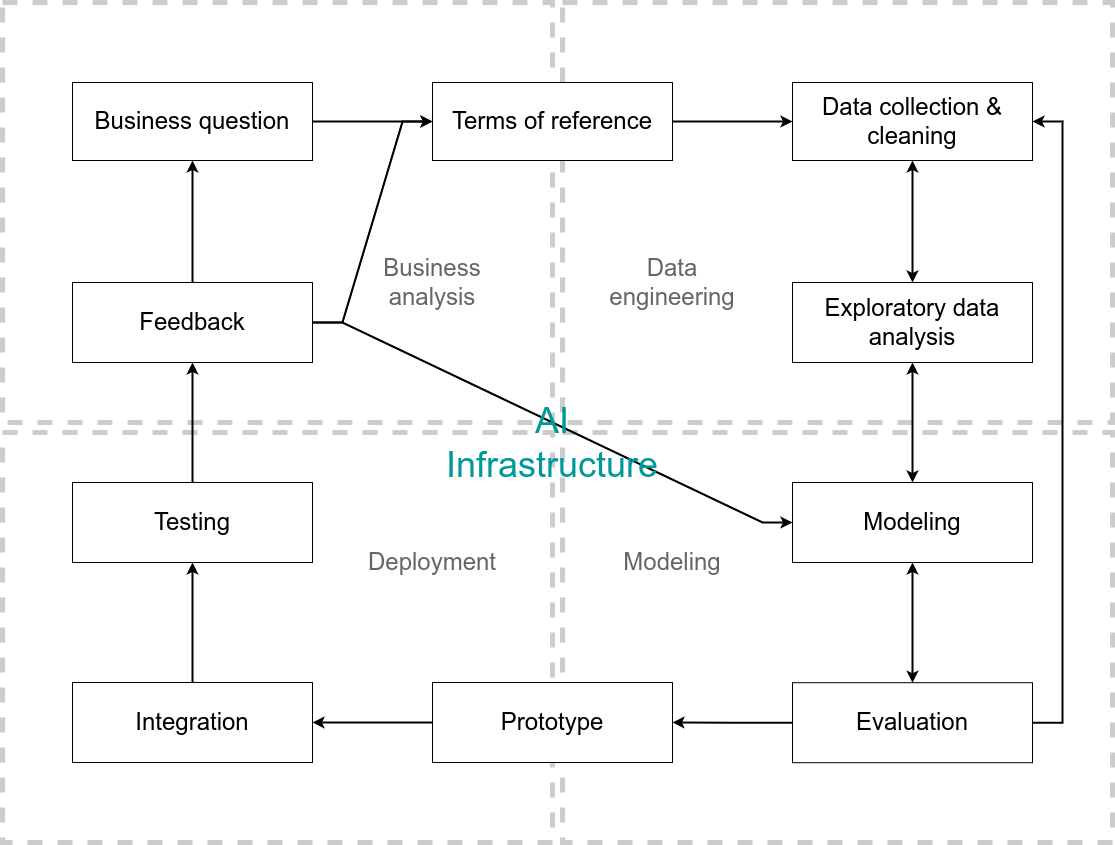
Before: diagrams/ai_project_development_life_cycle.drawio.png, a diagram exported from draw.io (ryndovaira-org/data_science_lectures). Source tidied: cells renumbered, new cells last; positions are measured from the earlier drawing's top-left corner, leaving out a move shared by most shapes.
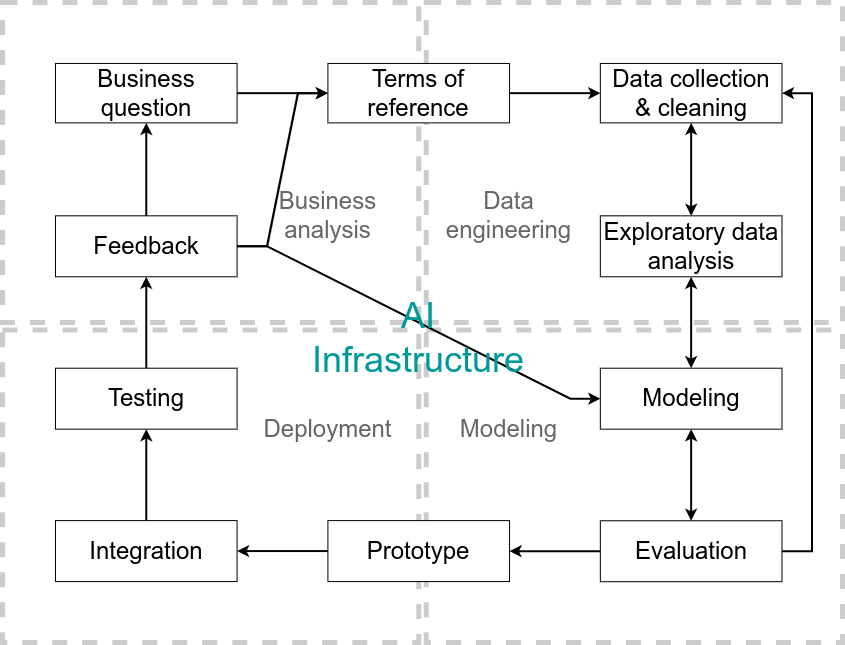
After the change.

Diff of the diagram source:
```diff
@@ -2,101 +2,104 @@
   <root>
     <mxCell id="0" />
     <mxCell id="1" parent="0" />
+    <mxCell id="34" style="group;" parent="1" vertex="1">
+      <mxGeometry x="-1090" width="840" height="640" as="geometry" />
+    </mxCell>
-    <mxCell id="2" style="rounded=0;whiteSpace=wrap;html=1;strokeColor=#CCCCCC;fontFamily=Helvetica;fontSize=12;fontColor=default;fillColor=none;dashed=1;strokeWidth=5;" parent="1" vertex="1">
-      <mxGeometry width="550" height="420" as="geometry" />
+    <mxCell id="2" style="rounded=0;whiteSpace=wrap;html=1;strokeColor=#CCCCCC;fontFamily=Helvetica;fontSize=12;fontColor=default;fillColor=none;dashed=1;strokeWidth=5;" parent="34" vertex="1">
+      <mxGeometry width="416.2" height="320" as="geometry" />
     </mxCell>
-    <mxCell id="3" style="rounded=0;whiteSpace=wrap;html=1;strokeColor=#CCCCCC;fontFamily=Helvetica;fontSize=12;fontColor=default;fillColor=none;dashed=1;strokeWidth=5;" parent="1" vertex="1">
-      <mxGeometry y="430" width="550" height="410" as="geometry" />
+    <mxCell id="3" style="rounded=0;whiteSpace=wrap;html=1;strokeColor=#CCCCCC;fontFamily=Helvetica;fontSize=12;fontColor=default;fillColor=none;dashed=1;strokeWidth=5;" parent="34" vertex="1">
+      <mxGeometry y="327.6" width="416.2" height="312.4" as="geometry" />
     </mxCell>
-    <mxCell id="4" style="rounded=0;whiteSpace=wrap;html=1;strokeColor=#CCCCCC;fontFamily=Helvetica;fontSize=12;fontColor=default;fillColor=none;dashed=1;strokeWidth=5;" parent="1" vertex="1">
-      <mxGeometry x="560" width="550" height="420" as="geometry" />
+    <mxCell id="4" style="rounded=0;whiteSpace=wrap;html=1;strokeColor=#CCCCCC;fontFamily=Helvetica;fontSize=12;fontColor=default;fillColor=none;dashed=1;strokeWidth=5;" parent="34" vertex="1">
+      <mxGeometry x="423.8" width="416.2" height="320" as="geometry" />
     </mxCell>
-    <mxCell id="5" style="rounded=0;whiteSpace=wrap;html=1;strokeColor=#CCCCCC;fontFamily=Helvetica;fontSize=12;fontColor=default;fillColor=none;dashed=1;strokeWidth=5;" parent="1" vertex="1">
-      <mxGeometry x="560" y="430" width="550" height="410" as="geometry" />
+    <mxCell id="5" style="rounded=0;whiteSpace=wrap;html=1;strokeColor=#CCCCCC;fontFamily=Helvetica;fontSize=12;fontColor=default;fillColor=none;dashed=1;strokeWidth=5;" parent="34" vertex="1">
+      <mxGeometry x="423.8" y="327.6" width="416.2" height="312.4" as="geometry" />
     </mxCell>
-    <mxCell id="6" style="endArrow=classic;startArrow=classic;rounded=0;jettySize=auto;html=1;strokeWidth=2;" parent="1" edge="1" source="19" target="21">
-      <mxGeometry relative="1" as="geometry" />
-    </mxCell>
-    <mxCell id="7" style="endArrow=classic;startArrow=classic;rounded=0;jettySize=auto;html=1;fontFamily=Helvetica;fontSize=12;fontColor=default;strokeWidth=2;" parent="1" edge="1" source="19" target="18">
-      <mxGeometry relative="1" as="geometry" />
-    </mxCell>
-    <mxCell id="8" style="edgeStyle=orthogonalEdgeStyle;rounded=0;jettySize=auto;html=1;strokeWidth=2;" parent="1" edge="1" source="20" target="27">
-      <mxGeometry relative="1" as="geometry" />
-    </mxCell>
-    <mxCell id="9" style="edgeStyle=entityRelationEdgeStyle;rounded=0;jettySize=auto;html=1;fontFamily=Helvetica;fontSize=12;fontColor=default;strokeWidth=2;" parent="1" edge="1" source="20" target="18">
-      <mxGeometry relative="1" as="geometry" />
-    </mxCell>
-    <mxCell id="10" style="edgeStyle=orthogonalEdgeStyle;rounded=0;jettySize=auto;html=1;strokeWidth=2;" parent="1" edge="1" source="24" target="13">
-      <mxGeometry relative="1" as="geometry" />
-    </mxCell>
-    <mxCell id="11" style="edgeStyle=orthogonalEdgeStyle;rounded=0;jettySize=auto;html=1;strokeWidth=2;" parent="1" edge="1" source="15" target="18">
-      <mxGeometry relative="1" as="geometry" />
-    </mxCell>
-    <mxCell id="12" value="&lt;font style=&quot;font-size: 24px;&quot;&gt;Business question&lt;/font&gt;" style="rounded=0;whiteSpace=wrap;html=1;" parent="1" vertex="1">
-      <mxGeometry x="70" y="80" width="240" height="78" as="geometry" />
+    <mxCell id="12" value="&lt;font style=&quot;font-size: 24px;&quot;&gt;Business question&lt;/font&gt;" style="rounded=0;whiteSpace=wrap;html=1;" parent="34" vertex="1">
+      <mxGeometry x="53" y="61" width="181.6" height="59.4" as="geometry" />
     </mxCell>
-    <mxCell id="13" value="&lt;font style=&quot;font-size: 24px;&quot;&gt;Feedback&lt;/font&gt;" style="rounded=0;whiteSpace=wrap;html=1;" parent="1" vertex="1">
-      <mxGeometry x="70" y="280" width="240" height="80" as="geometry" />
+    <mxCell id="13" value="&lt;font style=&quot;font-size: 24px;&quot;&gt;Feedback&lt;/font&gt;" style="rounded=0;whiteSpace=wrap;html=1;" parent="34" vertex="1">
+      <mxGeometry x="53" y="213.3" width="181.6" height="61" as="geometry" />
     </mxCell>
-    <mxCell id="14" style="edgeStyle=orthogonalEdgeStyle;rounded=0;jettySize=auto;html=1;strokeWidth=2;" parent="1" edge="1" source="13" target="12">
+    <mxCell id="14" style="edgeStyle=orthogonalEdgeStyle;rounded=0;jettySize=auto;html=1;strokeWidth=2;" parent="34" edge="1" source="13" target="12">
       <mxGeometry relative="1" as="geometry" />
     </mxCell>
-    <mxCell id="15" value="&lt;font style=&quot;font-size: 24px;&quot;&gt;Terms of reference&lt;/font&gt;" style="rounded=0;whiteSpace=wrap;html=1;" parent="1" vertex="1">
-      <mxGeometry x="430" y="80" width="240" height="78" as="geometry" />
+    <mxCell id="15" value="&lt;font style=&quot;font-size: 24px;&quot;&gt;Terms of reference&lt;/font&gt;" style="rounded=0;whiteSpace=wrap;html=1;" parent="34" vertex="1">
+      <mxGeometry x="325.4" y="61" width="181.6" height="59.4" as="geometry" />
     </mxCell>
-    <mxCell id="16" style="edgeStyle=orthogonalEdgeStyle;rounded=0;jettySize=auto;html=1;strokeWidth=2;" parent="1" edge="1" source="12" target="15">
+    <mxCell id="16" style="edgeStyle=orthogonalEdgeStyle;rounded=0;jettySize=auto;html=1;strokeWidth=2;" parent="34" edge="1" source="12" target="15">
       <mxGeometry relative="1" as="geometry" />
     </mxCell>
-    <mxCell id="17" style="rounded=0;jettySize=auto;html=1;fontFamily=Helvetica;fontSize=12;fontColor=default;edgeStyle=entityRelationEdgeStyle;strokeWidth=2;" parent="1" edge="1" source="13" target="15">
+    <mxCell id="17" style="rounded=0;jettySize=auto;html=1;fontFamily=Helvetica;fontSize=12;fontColor=default;edgeStyle=entityRelationEdgeStyle;strokeWidth=2;" parent="34" edge="1" source="13" target="15">
       <mxGeometry relative="1" as="geometry" />
     </mxCell>
-    <mxCell id="18" value="&lt;font style=&quot;font-size: 24px;&quot;&gt;Data collection &amp;amp; cleaning&lt;/font&gt;" style="rounded=0;whiteSpace=wrap;html=1;" parent="1" vertex="1">
-      <mxGeometry x="790" y="80" width="240" height="78" as="geometry" />
+    <mxCell id="18" value="&lt;font style=&quot;font-size: 24px;&quot;&gt;Data collection &amp;amp; cleaning&lt;/font&gt;" style="rounded=0;whiteSpace=wrap;html=1;" parent="34" vertex="1">
+      <mxGeometry x="597.8" y="61" width="181.6" height="59.4" as="geometry" />
     </mxCell>
+    <mxCell id="11" style="edgeStyle=orthogonalEdgeStyle;rounded=0;jettySize=auto;html=1;strokeWidth=2;" parent="34" edge="1" source="15" target="18">
+      <mxGeometry relative="1" as="geometry" />
+    </mxCell>
-    <mxCell id="19" value="&lt;font style=&quot;font-size: 24px;&quot;&gt;Exploratory data analysis&lt;/font&gt;" style="rounded=0;whiteSpace=wrap;html=1;" parent="1" vertex="1">
-      <mxGeometry x="790" y="280" width="240" height="80" as="geometry" />
+    <mxCell id="19" value="&lt;font style=&quot;font-size: 24px;&quot;&gt;Exploratory data analysis&lt;/font&gt;" style="rounded=0;whiteSpace=wrap;html=1;" parent="34" vertex="1">
+      <mxGeometry x="597.8" y="213.3" width="181.6" height="61" as="geometry" />
     </mxCell>
+    <mxCell id="7" style="endArrow=classic;startArrow=classic;rounded=0;jettySize=auto;html=1;fontFamily=Helvetica;fontSize=12;fontColor=default;strokeWidth=2;" parent="34" edge="1" source="19" target="18">
+      <mxGeometry relative="1" as="geometry" />
+    </mxCell>
-    <mxCell id="20" value="&lt;font style=&quot;font-size: 24px;&quot;&gt;Evaluation&lt;/font&gt;" style="rounded=0;whiteSpace=wrap;html=1;" parent="1" vertex="1">
-      <mxGeometry x="790" y="680.2" width="240" height="80" as="geometry" />
+    <mxCell id="20" value="&lt;font style=&quot;font-size: 24px;&quot;&gt;Evaluation&lt;/font&gt;" style="rounded=0;whiteSpace=wrap;html=1;" parent="34" vertex="1">
+      <mxGeometry x="597.8" y="518.2" width="181.6" height="61" as="geometry" />
     </mxCell>
+    <mxCell id="9" style="edgeStyle=entityRelationEdgeStyle;rounded=0;jettySize=auto;html=1;fontFamily=Helvetica;fontSize=12;fontColor=default;strokeWidth=2;" parent="34" edge="1" source="20" target="18">
+      <mxGeometry relative="1" as="geometry" />
+    </mxCell>
-    <mxCell id="21" value="&lt;font style=&quot;font-size: 24px;&quot;&gt;Modeling&lt;/font&gt;" style="rounded=0;whiteSpace=wrap;html=1;" parent="1" vertex="1">
-      <mxGeometry x="790" y="480" width="240" height="80" as="geometry" />
+    <mxCell id="21" value="&lt;font style=&quot;font-size: 24px;&quot;&gt;Modeling&lt;/font&gt;" style="rounded=0;whiteSpace=wrap;html=1;" parent="34" vertex="1">
+      <mxGeometry x="597.8" y="365.7" width="181.6" height="61" as="geometry" />
     </mxCell>
+    <mxCell id="6" style="endArrow=classic;startArrow=classic;rounded=0;jettySize=auto;html=1;strokeWidth=2;" parent="34" edge="1" source="19" target="21">
+      <mxGeometry relative="1" as="geometry" />
+    </mxCell>
-    <mxCell id="22" style="endArrow=classic;startArrow=classic;rounded=0;jettySize=auto;html=1;strokeWidth=2;" parent="1" edge="1" source="21" target="20">
+    <mxCell id="22" style="endArrow=classic;startArrow=classic;rounded=0;jettySize=auto;html=1;strokeWidth=2;" parent="34" edge="1" source="21" target="20">
       <mxGeometry relative="1" as="geometry" />
     </mxCell>
-    <mxCell id="23" value="&lt;font color=&quot;#666666&quot; style=&quot;font-size: 24px;&quot;&gt;Deployment&lt;/font&gt;" style="text;html=1;strokeColor=none;fillColor=none;align=center;verticalAlign=middle;whiteSpace=wrap;rounded=0;fontSize=12;fontFamily=Helvetica;fontColor=default;" parent="1" vertex="1">
-      <mxGeometry x="350" y="520" width="160" height="80" as="geometry" />
+    <mxCell id="23" value="&lt;font color=&quot;#666666&quot; style=&quot;font-size: 24px;&quot;&gt;Deployment&lt;/font&gt;" style="text;html=1;strokeColor=none;fillColor=none;align=center;verticalAlign=middle;whiteSpace=wrap;rounded=0;fontSize=12;fontFamily=Helvetica;fontColor=default;" parent="34" vertex="1">
+      <mxGeometry x="264.9" y="396.2" width="121.1" height="61" as="geometry" />
     </mxCell>
-    <mxCell id="24" value="&lt;font style=&quot;font-size: 24px;&quot;&gt;Testing&lt;/font&gt;" style="rounded=0;whiteSpace=wrap;html=1;" parent="1" vertex="1">
-      <mxGeometry x="70" y="480" width="240" height="80" as="geometry" />
+    <mxCell id="24" value="&lt;font style=&quot;font-size: 24px;&quot;&gt;Testing&lt;/font&gt;" style="rounded=0;whiteSpace=wrap;html=1;" parent="34" vertex="1">
+      <mxGeometry x="53" y="365.7" width="181.6" height="61" as="geometry" />
     </mxCell>
-    <mxCell id="25" value="&lt;font style=&quot;font-size: 24px;&quot;&gt;Integration&lt;/font&gt;" style="rounded=0;whiteSpace=wrap;html=1;" parent="1" vertex="1">
-      <mxGeometry x="70" y="680" width="240" height="80" as="geometry" />
+    <mxCell id="25" value="&lt;font style=&quot;font-size: 24px;&quot;&gt;Integration&lt;/font&gt;" style="rounded=0;whiteSpace=wrap;html=1;" parent="34" vertex="1">
+      <mxGeometry x="53" y="518.1" width="181.6" height="61" as="geometry" />
     </mxCell>
-    <mxCell id="26" style="edgeStyle=orthogonalEdgeStyle;rounded=0;jettySize=auto;html=1;entryX=0.5;entryY=1;entryDx=0;entryDy=0;strokeWidth=2;" parent="1" edge="1" source="25" target="24">
+    <mxCell id="26" style="edgeStyle=orthogonalEdgeStyle;rounded=0;jettySize=auto;html=1;entryX=0.5;entryY=1;entryDx=0;entryDy=0;strokeWidth=2;" parent="34" edge="1" source="25" target="24">
       <mxGeometry relative="1" as="geometry" />
     </mxCell>
-    <mxCell id="27" value="&lt;font style=&quot;font-size: 24px;&quot;&gt;Prototype&lt;/font&gt;" style="rounded=0;whiteSpace=wrap;html=1;" parent="1" vertex="1">
-      <mxGeometry x="430" y="680" width="240" height="80" as="geometry" />
+    <mxCell id="27" value="&lt;font style=&quot;font-size: 24px;&quot;&gt;Prototype&lt;/font&gt;" style="rounded=0;whiteSpace=wrap;html=1;" parent="34" vertex="1">
+      <mxGeometry x="325.4" y="518.1" width="181.6" height="61" as="geometry" />
     </mxCell>
-    <mxCell id="28" style="edgeStyle=orthogonalEdgeStyle;rounded=0;jettySize=auto;html=1;strokeWidth=2;" parent="1" edge="1" source="27" target="25">
+    <mxCell id="28" style="edgeStyle=orthogonalEdgeStyle;rounded=0;jettySize=auto;html=1;strokeWidth=2;" parent="34" edge="1" source="27" target="25">
       <mxGeometry relative="1" as="geometry" />
     </mxCell>
-    <mxCell id="29" value="&lt;font style=&quot;font-size: 24px;&quot; color=&quot;#666666&quot;&gt;Business analysis&lt;/font&gt;" style="text;html=1;strokeColor=none;fillColor=none;align=center;verticalAlign=middle;whiteSpace=wrap;rounded=0;fontSize=12;fontFamily=Helvetica;fontColor=default;" parent="1" vertex="1">
-      <mxGeometry x="350" y="240" width="160" height="80" as="geometry" />
+    <mxCell id="29" value="&lt;font style=&quot;font-size: 24px;&quot; color=&quot;#666666&quot;&gt;Business analysis&lt;/font&gt;" style="text;html=1;strokeColor=none;fillColor=none;align=center;verticalAlign=middle;whiteSpace=wrap;rounded=0;fontSize=12;fontFamily=Helvetica;fontColor=default;" parent="34" vertex="1">
+      <mxGeometry x="264.9" y="182.9" width="121.1" height="61" as="geometry" />
     </mxCell>
-    <mxCell id="30" value="&lt;font style=&quot;font-size: 24px;&quot; color=&quot;#666666&quot;&gt;Data engineering&lt;/font&gt;" style="text;html=1;strokeColor=none;fillColor=none;align=center;verticalAlign=middle;whiteSpace=wrap;rounded=0;fontSize=12;fontFamily=Helvetica;fontColor=default;" parent="1" vertex="1">
-      <mxGeometry x="590" y="240" width="160" height="80" as="geometry" />
+    <mxCell id="30" value="&lt;font style=&quot;font-size: 24px;&quot; color=&quot;#666666&quot;&gt;Data engineering&lt;/font&gt;" style="text;html=1;strokeColor=none;fillColor=none;align=center;verticalAlign=middle;whiteSpace=wrap;rounded=0;fontSize=12;fontFamily=Helvetica;fontColor=default;" parent="34" vertex="1">
+      <mxGeometry x="446.5" y="182.9" width="121.1" height="61" as="geometry" />
     </mxCell>
-    <mxCell id="31" value="&lt;font style=&quot;font-size: 24px;&quot; color=&quot;#666666&quot;&gt;Modeling&lt;/font&gt;" style="text;html=1;strokeColor=none;fillColor=none;align=center;verticalAlign=middle;whiteSpace=wrap;rounded=0;fontSize=12;fontFamily=Helvetica;fontColor=default;" parent="1" vertex="1">
-      <mxGeometry x="590" y="520" width="160" height="80" as="geometry" />
+    <mxCell id="31" value="&lt;font style=&quot;font-size: 24px;&quot; color=&quot;#666666&quot;&gt;Modeling&lt;/font&gt;" style="text;html=1;strokeColor=none;fillColor=none;align=center;verticalAlign=middle;whiteSpace=wrap;rounded=0;fontSize=12;fontFamily=Helvetica;fontColor=default;" parent="34" vertex="1">
+      <mxGeometry x="446.5" y="396.2" width="121.1" height="61" as="geometry" />
     </mxCell>
+    <mxCell id="10" style="edgeStyle=orthogonalEdgeStyle;rounded=0;jettySize=auto;html=1;strokeWidth=2;" parent="34" edge="1" source="24" target="13">
+      <mxGeometry relative="1" as="geometry" />
+    </mxCell>
-    <mxCell id="32" style="rounded=0;jettySize=auto;html=1;fontFamily=Helvetica;fontSize=12;fontColor=default;exitX=1;exitY=0.5;exitDx=0;exitDy=0;edgeStyle=entityRelationEdgeStyle;elbow=vertical;strokeWidth=2;" parent="1" edge="1" source="13" target="21">
+    <mxCell id="32" style="rounded=0;jettySize=auto;html=1;fontFamily=Helvetica;fontSize=12;fontColor=default;exitX=1;exitY=0.5;exitDx=0;exitDy=0;edgeStyle=entityRelationEdgeStyle;elbow=vertical;strokeWidth=2;" parent="34" edge="1" source="13" target="21">
       <mxGeometry relative="1" as="geometry" />
     </mxCell>
-    <mxCell id="33" value="&lt;font color=&quot;#009999&quot; style=&quot;font-size: 36px;&quot;&gt;AI Infrastructure&lt;/font&gt;" style="text;html=1;strokeColor=none;fillColor=none;align=center;verticalAlign=middle;whiteSpace=wrap;rounded=0;fontSize=12;fontFamily=Helvetica;fontColor=default;" parent="1" vertex="1">
-      <mxGeometry x="430" y="360" width="240" height="160" as="geometry" />
+    <mxCell id="33" value="&lt;font color=&quot;#009999&quot; style=&quot;font-size: 36px;&quot;&gt;AI Infrastructure&lt;/font&gt;" style="text;html=1;strokeColor=none;fillColor=none;align=center;verticalAlign=middle;whiteSpace=wrap;rounded=0;fontSize=12;fontFamily=Helvetica;fontColor=default;" parent="34" vertex="1">
+      <mxGeometry x="325.4" y="274.3" width="181.6" height="121.9" as="geometry" />
     </mxCell>
+    <mxCell id="8" style="edgeStyle=orthogonalEdgeStyle;rounded=0;jettySize=auto;html=1;strokeWidth=2;" parent="34" edge="1" source="20" target="27">
+      <mxGeometry relative="1" as="geometry" />
+    </mxCell>
   </root>
 </mxGraphModel>
```
